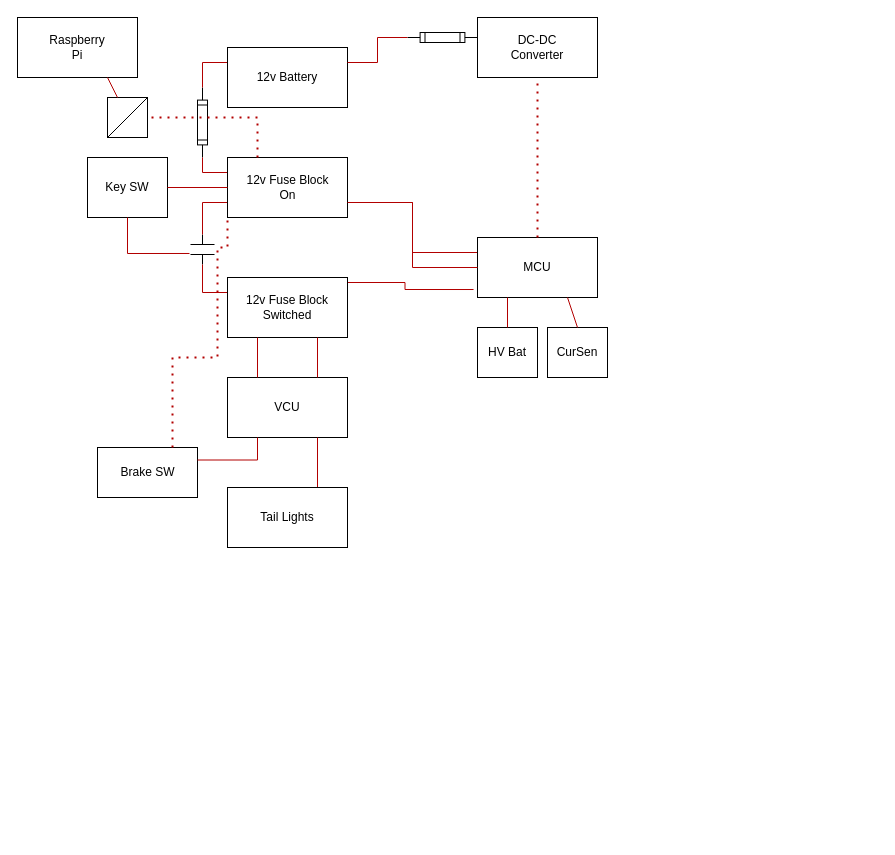
Above: ElectricalLowVoltage.drawio in cdvanhorn/ForsanRaneaf (draw.io), before the change. Source tidied: cells renumbered, new cells numbered last; positions are measured from the earlier drawing's top-left corner, leaving out a move shared by most shapes. Both pictures are drawn from the tidied source at 100%, with x=0, y=0 at pixel (17, 17).
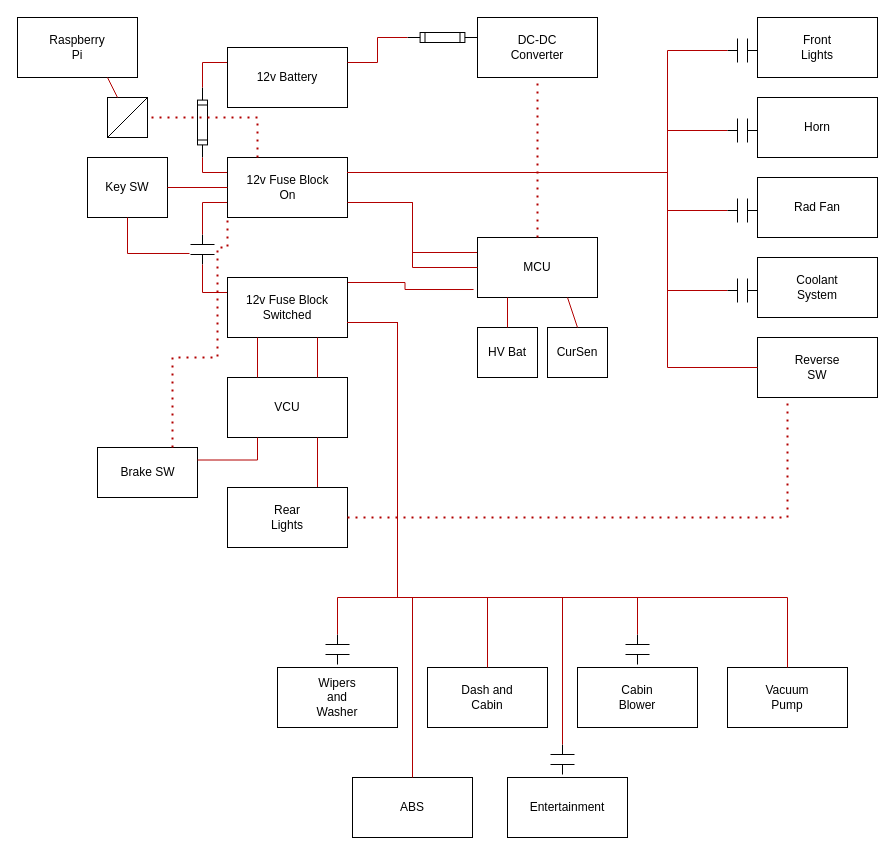
The same page after the edit.

Commit message:
low voltage rough draft complete

Unchanged cells that the change refers to:
```xml
<mxCell id="21" style="rounded=0;whiteSpace=wrap;html=1;" parent="20" vertex="1">
  <mxGeometry width="120" height="60" as="geometry" />
</mxCell>
<mxCell id="28" style="rounded=0;whiteSpace=wrap;html=1;" parent="27" vertex="1">
  <mxGeometry width="120" height="60" as="geometry" />
</mxCell>
<mxCell id="48" style="group;" parent="1" vertex="1">
  <mxGeometry x="210" y="470" width="120" height="60" as="geometry" />
</mxCell>
<mxCell id="49" style="rounded=0;whiteSpace=wrap;html=1;" parent="48" vertex="1">
  <mxGeometry width="120" height="60" as="geometry" />
</mxCell>
```

What changed in the source:
```diff
@@
-    <mxCell id="50" value="&lt;div&gt;Tail Lights&lt;/div&gt;" style="text;html=1;align=center;verticalAlign=middle;whiteSpace=wrap;rounded=0;" parent="48" vertex="1">
+    <mxCell id="50" value="&lt;div&gt;Rear Lights&lt;/div&gt;" style="text;html=1;align=center;verticalAlign=middle;whiteSpace=wrap;rounded=0;" parent="48" vertex="1">
       <mxGeometry x="30" y="15" width="60" height="30" as="geometry" />
     </mxCell>
@@
+    <mxCell id="61" style="group;" parent="1" vertex="1">
+      <mxGeometry x="710" width="150" height="60" as="geometry" />
+    </mxCell>
+    <mxCell id="62" style="rounded=0;whiteSpace=wrap;html=1;" parent="61" vertex="1">
+      <mxGeometry x="30" width="120" height="60" as="geometry" />
+    </mxCell>
+    <mxCell id="63" value="Front Lights" style="text;html=1;align=center;verticalAlign=middle;whiteSpace=wrap;rounded=0;" parent="61" vertex="1">
+      <mxGeometry x="60" y="15" width="60" height="30" as="geometry" />
+    </mxCell>
+    <mxCell id="64" style="verticalLabelPosition=bottom;shadow=0;dashed=0;align=center;html=1;verticalAlign=top;shape=mxgraph.electrical.electro-mechanical.relay_contacts;rotation=0;" parent="61" vertex="1">
+      <mxGeometry y="21" width="30" height="24" as="geometry" />
+    </mxCell>
+    <mxCell id="65" style="endArrow=none;html=1;rounded=0;fillColor=#e51400;strokeColor=#B20000;entryX=0;entryY=0.5;entryDx=0;entryDy=0;entryPerimeter=0;exitX=1;exitY=0.25;exitDx=0;exitDy=0;edgeStyle=orthogonalEdgeStyle;" parent="1" edge="1" source="21" target="72">
+      <mxGeometry relative="1" as="geometry">
+        <Array as="points">
+          <mxPoint x="650" y="155" />
+          <mxPoint x="650" y="113" />
+        </Array>
+      </mxGeometry>
+    </mxCell>
+    <mxCell id="66" style="endArrow=none;html=1;rounded=0;fillColor=#e51400;strokeColor=#B20000;entryX=0;entryY=0.5;entryDx=0;entryDy=0;entryPerimeter=0;exitX=1;exitY=0.25;exitDx=0;exitDy=0;edgeStyle=orthogonalEdgeStyle;" parent="1" edge="1" source="21" target="64">
+      <mxGeometry relative="1" as="geometry">
+        <Array as="points">
+          <mxPoint x="650" y="155" />
+          <mxPoint x="650" y="33" />
+        </Array>
+      </mxGeometry>
+    </mxCell>
+    <mxCell id="67" style="endArrow=none;html=1;rounded=0;fillColor=#e51400;strokeColor=#B20000;entryX=0;entryY=0.5;entryDx=0;entryDy=0;entryPerimeter=0;exitX=1;exitY=0.25;exitDx=0;exitDy=0;edgeStyle=orthogonalEdgeStyle;" parent="1" edge="1" source="21" target="74">
+      <mxGeometry relative="1" as="geometry">
+        <Array as="points">
+          <mxPoint x="650" y="155" />
+          <mxPoint x="650" y="193" />
+        </Array>
+      </mxGeometry>
+    </mxCell>
+    <mxCell id="68" style="endArrow=none;html=1;rounded=0;fillColor=#e51400;strokeColor=#B20000;entryX=0;entryY=0.5;entryDx=0;entryDy=0;entryPerimeter=0;exitX=1;exitY=0.25;exitDx=0;exitDy=0;edgeStyle=orthogonalEdgeStyle;" parent="1" edge="1" source="21" target="81">
+      <mxGeometry relative="1" as="geometry">
+        <Array as="points">
+          <mxPoint x="650" y="155" />
+          <mxPoint x="650" y="273" />
+        </Array>
+      </mxGeometry>
+    </mxCell>
+    <mxCell id="69" style="group;" parent="1" vertex="1">
+      <mxGeometry x="710" y="80" width="150" height="60" as="geometry" />
+    </mxCell>
+    <mxCell id="70" style="rounded=0;whiteSpace=wrap;html=1;" parent="69" vertex="1">
+      <mxGeometry x="30" width="120" height="60" as="geometry" />
+    </mxCell>
+    <mxCell id="71" value="Horn" style="text;html=1;align=center;verticalAlign=middle;whiteSpace=wrap;rounded=0;" parent="69" vertex="1">
+      <mxGeometry x="60" y="15" width="60" height="30" as="geometry" />
+    </mxCell>
+    <mxCell id="72" style="verticalLabelPosition=bottom;shadow=0;dashed=0;align=center;html=1;verticalAlign=top;shape=mxgraph.electrical.electro-mechanical.relay_contacts;rotation=0;" parent="69" vertex="1">
+      <mxGeometry y="21" width="30" height="24" as="geometry" />
+    </mxCell>
+    <mxCell id="73" style="group;" parent="1" vertex="1">
+      <mxGeometry x="710" y="160" width="150" height="60" as="geometry" />
+    </mxCell>
+    <mxCell id="74" style="verticalLabelPosition=bottom;shadow=0;dashed=0;align=center;html=1;verticalAlign=top;shape=mxgraph.electrical.electro-mechanical.relay_contacts;rotation=0;" parent="73" vertex="1">
+      <mxGeometry y="21" width="30" height="24" as="geometry" />
+    </mxCell>
+    <mxCell id="75" style="group;" parent="73" vertex="1">
+      <mxGeometry x="30" width="120" height="60" as="geometry" />
+    </mxCell>
+    <mxCell id="76" style="rounded=0;whiteSpace=wrap;html=1;" parent="75" vertex="1">
+      <mxGeometry width="120" height="60" as="geometry" />
+    </mxCell>
+    <mxCell id="77" value="Rad Fan" style="text;html=1;align=center;verticalAlign=middle;whiteSpace=wrap;rounded=0;" parent="75" vertex="1">
+      <mxGeometry x="30" y="15" width="60" height="30" as="geometry" />
+    </mxCell>
+    <mxCell id="78" style="group;" parent="1" vertex="1">
+      <mxGeometry x="710" y="240" width="150" height="60" as="geometry" />
+    </mxCell>
+    <mxCell id="79" style="rounded=0;whiteSpace=wrap;html=1;" parent="78" vertex="1">
+      <mxGeometry x="30" width="120" height="60" as="geometry" />
+    </mxCell>
+    <mxCell id="80" value="Coolant System" style="text;html=1;align=center;verticalAlign=middle;whiteSpace=wrap;rounded=0;" parent="78" vertex="1">
+      <mxGeometry x="60" y="15" width="60" height="30" as="geometry" />
+    </mxCell>
+    <mxCell id="81" style="verticalLabelPosition=bottom;shadow=0;dashed=0;align=center;html=1;verticalAlign=top;shape=mxgraph.electrical.electro-mechanical.relay_contacts;rotation=0;" parent="78" vertex="1">
+      <mxGeometry y="21" width="30" height="24" as="geometry" />
+    </mxCell>
+    <mxCell id="82" style="group;" parent="1" vertex="1">
+      <mxGeometry x="410" y="650" width="120" height="60" as="geometry" />
+    </mxCell>
+    <mxCell id="83" style="rounded=0;whiteSpace=wrap;html=1;" parent="82" vertex="1">
+      <mxGeometry width="120" height="60" as="geometry" />
+    </mxCell>
+    <mxCell id="84" value="Dash and Cabin" style="text;html=1;align=center;verticalAlign=middle;whiteSpace=wrap;rounded=0;" parent="82" vertex="1">
+      <mxGeometry x="30" y="15" width="60" height="30" as="geometry" />
+    </mxCell>
+    <mxCell id="85" style="rounded=0;whiteSpace=wrap;html=1;" parent="1" vertex="1">
+      <mxGeometry x="560" y="650" width="120" height="60" as="geometry" />
+    </mxCell>
+    <mxCell id="86" value="Cabin Blower" style="text;html=1;align=center;verticalAlign=middle;whiteSpace=wrap;rounded=0;" parent="1" vertex="1">
+      <mxGeometry x="590" y="665" width="60" height="30" as="geometry" />
+    </mxCell>
+    <mxCell id="87" style="verticalLabelPosition=bottom;shadow=0;dashed=0;align=center;html=1;verticalAlign=top;shape=mxgraph.electrical.electro-mechanical.relay_contacts;rotation=-90;" parent="1" vertex="1">
+      <mxGeometry x="605" y="620" width="30" height="24" as="geometry" />
+    </mxCell>
+    <mxCell id="88" style="rounded=0;whiteSpace=wrap;html=1;" parent="1" vertex="1">
+      <mxGeometry x="710" y="650" width="120" height="60" as="geometry" />
+    </mxCell>
+    <mxCell id="89" value="Vacuum Pump" style="text;html=1;align=center;verticalAlign=middle;whiteSpace=wrap;rounded=0;" parent="1" vertex="1">
+      <mxGeometry x="740" y="665" width="60" height="30" as="geometry" />
+    </mxCell>
+    <mxCell id="90" style="rounded=0;whiteSpace=wrap;html=1;" parent="1" vertex="1">
+      <mxGeometry x="260" y="650" width="120" height="60" as="geometry" />
+    </mxCell>
+    <mxCell id="91" value="Wipers and Washer" style="text;html=1;align=center;verticalAlign=middle;whiteSpace=wrap;rounded=0;" parent="1" vertex="1">
+      <mxGeometry x="290" y="665" width="60" height="30" as="geometry" />
+    </mxCell>
+    <mxCell id="92" style="verticalLabelPosition=bottom;shadow=0;dashed=0;align=center;html=1;verticalAlign=top;shape=mxgraph.electrical.electro-mechanical.relay_contacts;rotation=-90;" parent="1" vertex="1">
+      <mxGeometry x="305" y="620" width="30" height="24" as="geometry" />
+    </mxCell>
+    <mxCell id="93" style="rounded=0;whiteSpace=wrap;html=1;" parent="1" vertex="1">
+      <mxGeometry x="490" y="760" width="120" height="60" as="geometry" />
+    </mxCell>
+    <mxCell id="94" value="Entertainment" style="text;html=1;align=center;verticalAlign=middle;whiteSpace=wrap;rounded=0;" parent="1" vertex="1">
+      <mxGeometry x="520" y="775" width="60" height="30" as="geometry" />
+    </mxCell>
+    <mxCell id="95" style="verticalLabelPosition=bottom;shadow=0;dashed=0;align=center;html=1;verticalAlign=top;shape=mxgraph.electrical.electro-mechanical.relay_contacts;rotation=-90;" parent="1" vertex="1">
+      <mxGeometry x="530" y="730" width="30" height="24" as="geometry" />
+    </mxCell>
+    <mxCell id="96" style="rounded=0;whiteSpace=wrap;html=1;" parent="1" vertex="1">
+      <mxGeometry x="335" y="760" width="120" height="60" as="geometry" />
+    </mxCell>
+    <mxCell id="97" value="ABS" style="text;html=1;align=center;verticalAlign=middle;whiteSpace=wrap;rounded=0;" parent="1" vertex="1">
+      <mxGeometry x="365" y="775" width="60" height="30" as="geometry" />
+    </mxCell>
+    <mxCell id="98" style="endArrow=none;html=1;rounded=0;fillColor=#e51400;strokeColor=#B20000;entryX=1;entryY=0.75;entryDx=0;entryDy=0;exitX=0.5;exitY=0;exitDx=0;exitDy=0;edgeStyle=orthogonalEdgeStyle;" parent="1" edge="1" source="83" target="28">
+      <mxGeometry relative="1" as="geometry">
+        <Array as="points">
+          <mxPoint x="470" y="580" />
+          <mxPoint x="380" y="580" />
+          <mxPoint x="380" y="305" />
+        </Array>
+      </mxGeometry>
+    </mxCell>
+    <mxCell id="99" style="endArrow=none;html=1;rounded=0;fillColor=#e51400;strokeColor=#B20000;entryX=1;entryY=0.75;entryDx=0;entryDy=0;exitX=1;exitY=0.5;exitDx=0;exitDy=0;exitPerimeter=0;edgeStyle=orthogonalEdgeStyle;" parent="1" edge="1" source="92" target="28">
+      <mxGeometry relative="1" as="geometry">
+        <Array as="points">
+          <mxPoint x="320" y="580" />
+          <mxPoint x="380" y="580" />
+          <mxPoint x="380" y="305" />
+        </Array>
+      </mxGeometry>
+    </mxCell>
+    <mxCell id="100" style="endArrow=none;html=1;rounded=0;fillColor=#e51400;strokeColor=#B20000;entryX=1;entryY=0.75;entryDx=0;entryDy=0;exitX=0.5;exitY=0;exitDx=0;exitDy=0;edgeStyle=orthogonalEdgeStyle;" parent="1" edge="1" source="96" target="28">
+      <mxGeometry relative="1" as="geometry">
+        <Array as="points">
+          <mxPoint x="395" y="580" />
+          <mxPoint x="380" y="580" />
+          <mxPoint x="380" y="305" />
+        </Array>
+      </mxGeometry>
+    </mxCell>
+    <mxCell id="101" style="rounded=0;whiteSpace=wrap;html=1;" parent="1" vertex="1">
+      <mxGeometry x="740" y="320" width="120" height="60" as="geometry" />
+    </mxCell>
+    <mxCell id="102" value="Reverse SW" style="text;html=1;align=center;verticalAlign=middle;whiteSpace=wrap;rounded=0;" parent="1" vertex="1">
+      <mxGeometry x="770" y="335" width="60" height="30" as="geometry" />
+    </mxCell>
+    <mxCell id="103" style="endArrow=none;html=1;rounded=0;fillColor=#e51400;strokeColor=#B20000;entryX=1;entryY=0.25;entryDx=0;entryDy=0;exitX=0;exitY=0.5;exitDx=0;exitDy=0;edgeStyle=orthogonalEdgeStyle;" parent="1" edge="1" source="101" target="21">
+      <mxGeometry relative="1" as="geometry">
+        <Array as="points">
+          <mxPoint x="650" y="350" />
+          <mxPoint x="650" y="155" />
+        </Array>
+      </mxGeometry>
+    </mxCell>
+    <mxCell id="104" style="endArrow=none;dashed=1;html=1;dashPattern=1 3;strokeWidth=2;rounded=0;fillColor=#e51400;strokeColor=#B20000;entryX=0.25;entryY=1;entryDx=0;entryDy=0;exitX=1;exitY=0.5;exitDx=0;exitDy=0;edgeStyle=orthogonalEdgeStyle;" parent="1" edge="1" source="49" target="101">
+      <mxGeometry relative="1" as="geometry" />
+    </mxCell>
+    <mxCell id="105" style="endArrow=none;html=1;rounded=0;fillColor=#e51400;strokeColor=#B20000;entryX=1;entryY=0.75;entryDx=0;entryDy=0;exitX=1;exitY=0.5;exitDx=0;exitDy=0;exitPerimeter=0;edgeStyle=orthogonalEdgeStyle;" parent="1" edge="1" source="87" target="28">
+      <mxGeometry relative="1" as="geometry">
+        <Array as="points">
+          <mxPoint x="620" y="580" />
+          <mxPoint x="380" y="580" />
+          <mxPoint x="380" y="305" />
+        </Array>
+      </mxGeometry>
+    </mxCell>
+    <mxCell id="106" style="endArrow=none;html=1;rounded=0;fillColor=#e51400;strokeColor=#B20000;entryX=1;entryY=0.75;entryDx=0;entryDy=0;exitX=1;exitY=0.5;exitDx=0;exitDy=0;exitPerimeter=0;edgeStyle=orthogonalEdgeStyle;" parent="1" edge="1" source="95" target="28">
+      <mxGeometry relative="1" as="geometry">
+        <Array as="points">
+          <mxPoint x="545" y="580" />
+          <mxPoint x="380" y="580" />
+          <mxPoint x="380" y="305" />
+        </Array>
+      </mxGeometry>
+    </mxCell>
+    <mxCell id="107" style="endArrow=none;html=1;rounded=0;fillColor=#e51400;strokeColor=#B20000;entryX=1;entryY=0.75;entryDx=0;entryDy=0;exitX=0.5;exitY=0;exitDx=0;exitDy=0;edgeStyle=orthogonalEdgeStyle;" parent="1" edge="1" source="88" target="28">
+      <mxGeometry relative="1" as="geometry">
+        <Array as="points">
+          <mxPoint x="770" y="580" />
+          <mxPoint x="380" y="580" />
+          <mxPoint x="380" y="305" />
+        </Array>
+      </mxGeometry>
+    </mxCell>
```
